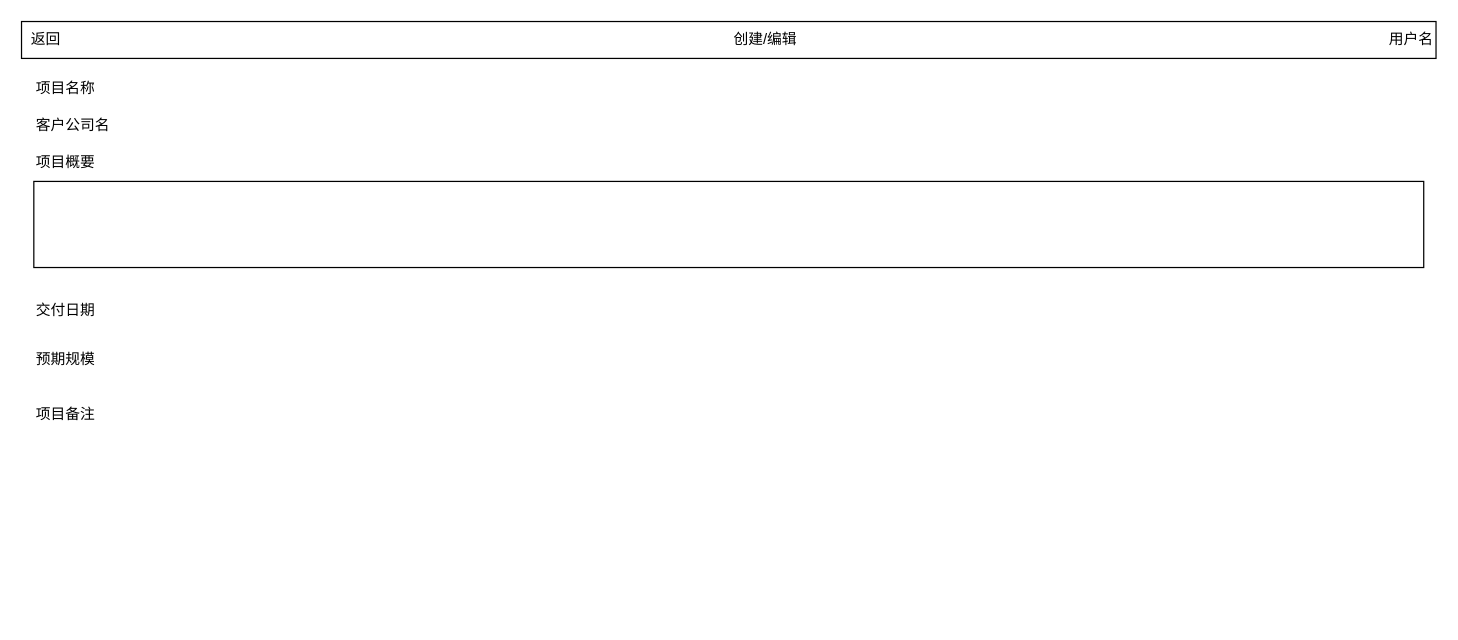
Earlier version of the draw.io diagram page "pm-project-edit" (3 of 22) of project-in-action/software-develop-management-system/doc/design/ui/sdms.drawio (callistoctopus/project-all-in-one). Source tidied: cells renumbered, new cells numbered last; positions are measured from the earlier drawing's top-left corner, leaving out a move shared by most shapes. Both pictures are drawn from the tidied source at 123%, with x=0, y=0 at pixel (21, 21).
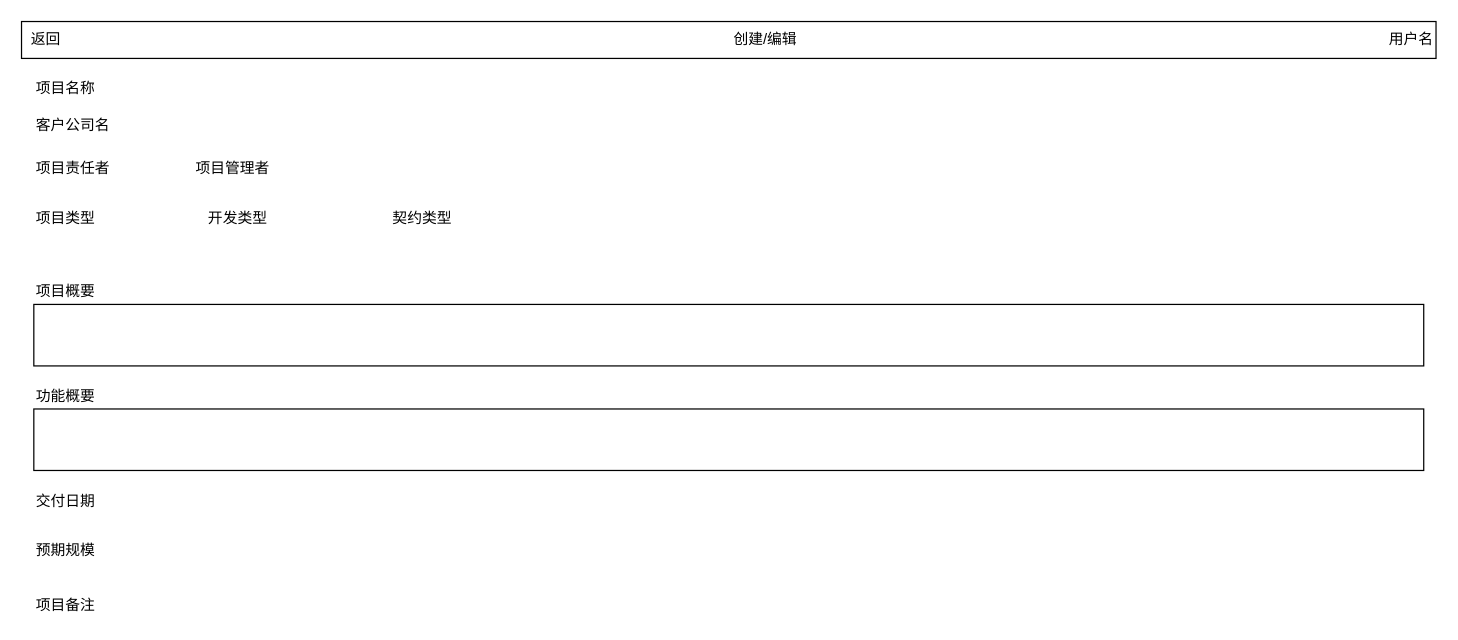
The same page after the edit.

What changed in the source:
```diff
@@
 <mxGraphModel>
   <root>
     <mxCell id="0" />
     <mxCell id="1" parent="0" />
     <mxCell id="2" style="rounded=0;whiteSpace=wrap;html=1;" parent="1" vertex="1">
       <mxGeometry width="1150" height="30" as="geometry" />
     </mxCell>
     <mxCell id="3" value="创建/编辑" style="text;html=1;strokeColor=none;fillColor=none;align=center;verticalAlign=middle;whiteSpace=wrap;rounded=0;" parent="1" vertex="1">
       <mxGeometry x="530" y="5" width="150" height="20" as="geometry" />
     </mxCell>
     <mxCell id="4" value="用户名" style="text;html=1;strokeColor=none;fillColor=none;align=center;verticalAlign=middle;whiteSpace=wrap;rounded=0;" parent="1" vertex="1">
       <mxGeometry x="1110" y="5" width="40" height="20" as="geometry" />
     </mxCell>
     <mxCell id="5" value="返回" style="text;html=1;strokeColor=none;fillColor=none;align=center;verticalAlign=middle;whiteSpace=wrap;rounded=0;" parent="1" vertex="1">
       <mxGeometry y="5" width="40" height="20" as="geometry" />
     </mxCell>
     <mxCell id="6" value="项目名称" style="text;html=1;strokeColor=none;fillColor=none;align=left;verticalAlign=middle;whiteSpace=wrap;rounded=0;" parent="1" vertex="1">
       <mxGeometry x="10" y="45" width="70" height="20" as="geometry" />
     </mxCell>
     <mxCell id="7" value="客户公司名" style="text;html=1;strokeColor=none;fillColor=none;align=left;verticalAlign=middle;whiteSpace=wrap;rounded=0;" parent="1" vertex="1">
       <mxGeometry x="10" y="75" width="70" height="20" as="geometry" />
     </mxCell>
     <mxCell id="8" value="项目概要" style="text;html=1;strokeColor=none;fillColor=none;align=left;verticalAlign=middle;whiteSpace=wrap;rounded=0;" parent="1" vertex="1">
-      <mxGeometry x="10" y="105" width="70" height="20" as="geometry" />
+      <mxGeometry x="10" y="210" width="70" height="20" as="geometry" />
     </mxCell>
     <mxCell id="9" style="rounded=0;whiteSpace=wrap;html=1;" parent="1" vertex="1">
-      <mxGeometry x="10" y="130" width="1130" height="70" as="geometry" />
+      <mxGeometry x="10" y="230" width="1130" height="50" as="geometry" />
     </mxCell>
     <mxCell id="10" value="交付日期" style="text;html=1;strokeColor=none;fillColor=none;align=left;verticalAlign=middle;whiteSpace=wrap;rounded=0;" parent="1" vertex="1">
-      <mxGeometry x="10" y="225" width="70" height="20" as="geometry" />
+      <mxGeometry x="10" y="380" width="70" height="20" as="geometry" />
     </mxCell>
     <mxCell id="11" value="预期规模" style="text;html=1;strokeColor=none;fillColor=none;align=left;verticalAlign=middle;whiteSpace=wrap;rounded=0;" parent="1" vertex="1">
-      <mxGeometry x="10" y="265" width="70" height="20" as="geometry" />
+      <mxGeometry x="10" y="420" width="70" height="20" as="geometry" />
     </mxCell>
     <mxCell id="12" value="项目备注" style="text;html=1;strokeColor=none;fillColor=none;align=left;verticalAlign=middle;whiteSpace=wrap;rounded=0;" parent="1" vertex="1">
-      <mxGeometry x="10" y="310" width="70" height="20" as="geometry" />
+      <mxGeometry x="10" y="465" width="70" height="20" as="geometry" />
     </mxCell>
+    <mxCell id="13" value="功能概要" style="text;html=1;strokeColor=none;fillColor=none;align=left;verticalAlign=middle;whiteSpace=wrap;rounded=0;" parent="1" vertex="1">
+      <mxGeometry x="10" y="295" width="70" height="20" as="geometry" />
+    </mxCell>
+    <mxCell id="14" style="rounded=0;whiteSpace=wrap;html=1;" parent="1" vertex="1">
+      <mxGeometry x="10" y="315" width="1130" height="50" as="geometry" />
+    </mxCell>
+    <mxCell id="15" value="项目类型" style="text;html=1;strokeColor=none;fillColor=none;align=left;verticalAlign=middle;whiteSpace=wrap;rounded=0;" parent="1" vertex="1">
+      <mxGeometry x="10" y="150" width="70" height="20" as="geometry" />
+    </mxCell>
+    <mxCell id="16" value="开发类型" style="text;html=1;strokeColor=none;fillColor=none;align=left;verticalAlign=middle;whiteSpace=wrap;rounded=0;" parent="1" vertex="1">
+      <mxGeometry x="150" y="150" width="70" height="20" as="geometry" />
+    </mxCell>
+    <mxCell id="17" value="契约类型" style="text;html=1;strokeColor=none;fillColor=none;align=left;verticalAlign=middle;whiteSpace=wrap;rounded=0;" parent="1" vertex="1">
+      <mxGeometry x="300" y="150" width="70" height="20" as="geometry" />
+    </mxCell>
+    <mxCell id="18" value="项目责任者" style="text;html=1;strokeColor=none;fillColor=none;align=left;verticalAlign=middle;whiteSpace=wrap;rounded=0;" parent="1" vertex="1">
+      <mxGeometry x="10" y="110" width="70" height="20" as="geometry" />
+    </mxCell>
+    <mxCell id="19" value="项目管理者" style="text;html=1;strokeColor=none;fillColor=none;align=left;verticalAlign=middle;whiteSpace=wrap;rounded=0;" parent="1" vertex="1">
+      <mxGeometry x="140" y="110" width="70" height="20" as="geometry" />
+    </mxCell>
   </root>
 </mxGraphModel>
```
